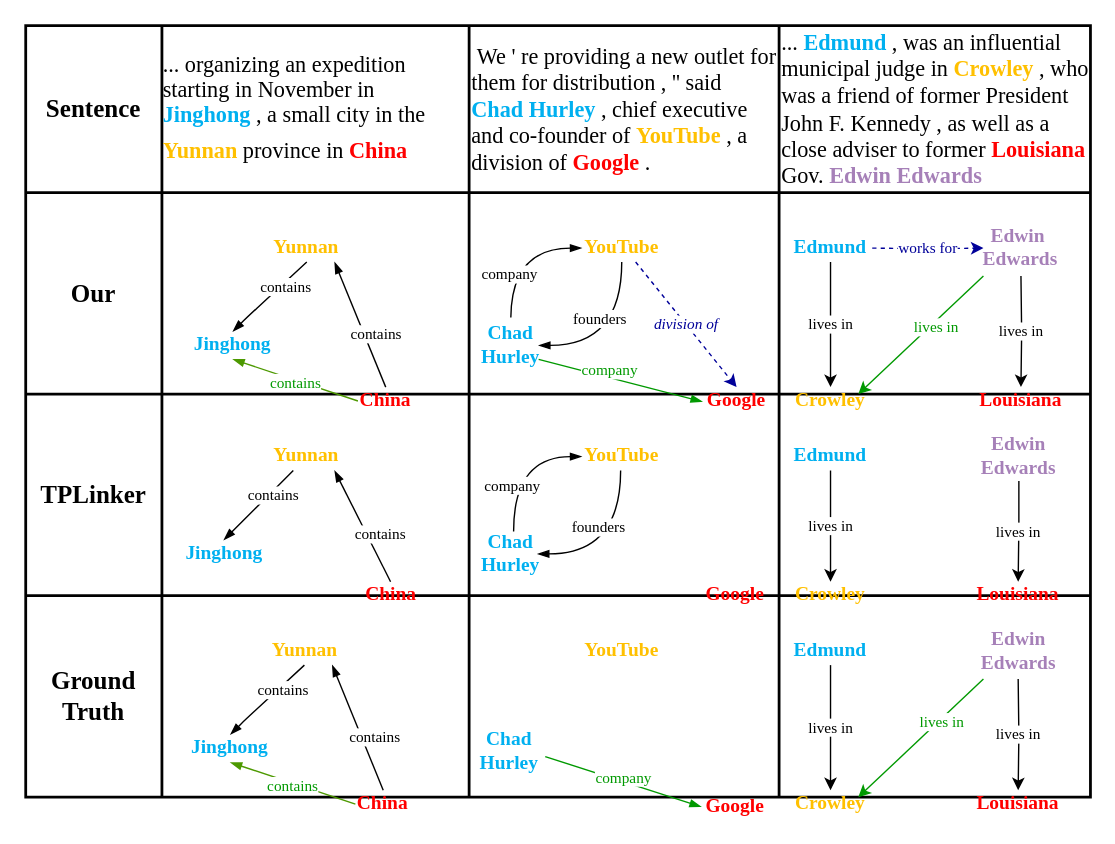
This is Untitled Diagram.drawio from zhangSchnee/gittest, a draw.io file, before an edit. Source tidied: cells renumbered, new cells numbered last; positions are measured from the earlier drawing's top-left corner, leaving out a move shared by most shapes. Both pictures are drawn from the tidied source at 139%, with x=0, y=0 at pixel (25, 25).
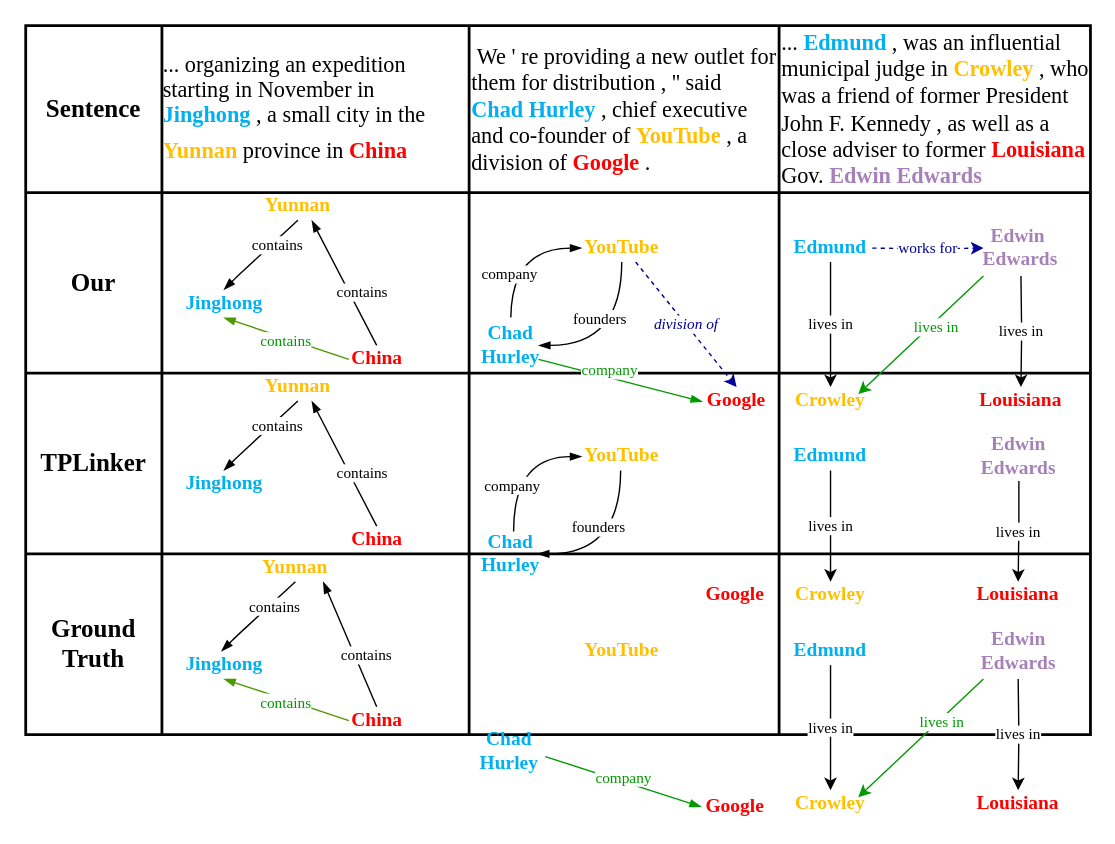
The same page after the edit.

The edit, as a diff of the source:
```diff
@@
     <mxCell id="2" style="shape=table;html=1;whiteSpace=wrap;startSize=0;childLayout=tableLayout;strokeWidth=2;perimeterSpacing=1;" parent="1" vertex="1">
-      <mxGeometry width="766" height="555" as="geometry" />
+      <mxGeometry width="766" height="510" as="geometry" />
     </mxCell>
@@
     <mxCell id="8" style="shape=partialRectangle;html=1;whiteSpace=wrap;fillColor=none;top=0;left=0;bottom=0;right=0;" parent="2" vertex="1">
-      <mxGeometry y="120" width="766" height="145" as="geometry" />
+      <mxGeometry y="120" width="766" height="130" as="geometry" />
     </mxCell>
     <mxCell id="9" value="&lt;b&gt;&lt;font face=&quot;Times New Roman&quot; style=&quot;font-size: 18px&quot;&gt;Our&lt;/font&gt;&lt;/b&gt;" style="shape=partialRectangle;html=1;whiteSpace=wrap;overflow=hidden;fillColor=none;top=0;left=0;bottom=0;right=0;" parent="8" vertex="1">
-      <mxGeometry width="98" height="145" as="geometry" />
+      <mxGeometry width="98" height="130" as="geometry" />
     </mxCell>
     <mxCell id="10" style="shape=partialRectangle;html=1;whiteSpace=wrap;overflow=hidden;fillColor=none;top=0;left=0;bottom=0;right=0;" parent="8" vertex="1">
-      <mxGeometry x="98" width="221" height="145" as="geometry" />
+      <mxGeometry x="98" width="221" height="130" as="geometry" />
     </mxCell>
     <mxCell id="11" style="shape=partialRectangle;html=1;whiteSpace=wrap;overflow=hidden;fillColor=none;top=0;left=0;bottom=0;right=0;" parent="8" vertex="1">
-      <mxGeometry x="319" width="223" height="145" as="geometry" />
+      <mxGeometry x="319" width="223" height="130" as="geometry" />
     </mxCell>
     <mxCell id="12" style="shape=partialRectangle;html=1;whiteSpace=wrap;overflow=hidden;fillColor=none;top=0;left=0;bottom=0;right=0;" parent="8" vertex="1">
-      <mxGeometry x="542" width="224" height="145" as="geometry" />
+      <mxGeometry x="542" width="224" height="130" as="geometry" />
     </mxCell>
     <mxCell id="13" style="shape=partialRectangle;html=1;whiteSpace=wrap;fillColor=none;top=0;left=0;bottom=0;right=0;" parent="2" vertex="1">
-      <mxGeometry y="265" width="766" height="145" as="geometry" />
+      <mxGeometry y="250" width="766" height="130" as="geometry" />
     </mxCell>
     <mxCell id="14" value="&lt;font style=&quot;font-size: 18px&quot; face=&quot;Times New Roman&quot;&gt;&lt;b&gt;TPLinker&lt;/b&gt;&lt;/font&gt;" style="shape=partialRectangle;html=1;whiteSpace=wrap;overflow=hidden;fillColor=none;top=0;left=0;bottom=0;right=0;" parent="13" vertex="1">
-      <mxGeometry width="98" height="145" as="geometry" />
+      <mxGeometry width="98" height="130" as="geometry" />
     </mxCell>
     <mxCell id="15" style="shape=partialRectangle;html=1;whiteSpace=wrap;overflow=hidden;fillColor=none;top=0;left=0;bottom=0;right=0;" parent="13" vertex="1">
-      <mxGeometry x="98" width="221" height="145" as="geometry" />
+      <mxGeometry x="98" width="221" height="130" as="geometry" />
     </mxCell>
     <mxCell id="16" style="shape=partialRectangle;html=1;whiteSpace=wrap;overflow=hidden;fillColor=none;top=0;left=0;bottom=0;right=0;" parent="13" vertex="1">
-      <mxGeometry x="319" width="223" height="145" as="geometry" />
+      <mxGeometry x="319" width="223" height="130" as="geometry" />
     </mxCell>
     <mxCell id="17" style="shape=partialRectangle;html=1;whiteSpace=wrap;overflow=hidden;fillColor=none;top=0;left=0;bottom=0;right=0;" parent="13" vertex="1">
-      <mxGeometry x="542" width="224" height="145" as="geometry" />
+      <mxGeometry x="542" width="224" height="130" as="geometry" />
     </mxCell>
     <mxCell id="18" style="shape=partialRectangle;html=1;whiteSpace=wrap;fillColor=none;top=0;left=0;bottom=0;right=0;" parent="2" vertex="1">
-      <mxGeometry y="410" width="766" height="145" as="geometry" />
+      <mxGeometry y="380" width="766" height="130" as="geometry" />
     </mxCell>
     <mxCell id="19" value="&lt;p&gt;&lt;font face=&quot;Times New Roman&quot; size=&quot;1&quot;&gt;&lt;b style=&quot;font-size: 18px&quot;&gt;Ground Truth&lt;/b&gt;&lt;/font&gt;&lt;/p&gt;" style="shape=partialRectangle;html=1;whiteSpace=wrap;overflow=hidden;fillColor=none;top=0;left=0;bottom=0;right=0;" parent="18" vertex="1">
-      <mxGeometry width="98" height="145" as="geometry" />
+      <mxGeometry width="98" height="130" as="geometry" />
     </mxCell>
     <mxCell id="20" style="shape=partialRectangle;html=1;whiteSpace=wrap;overflow=hidden;fillColor=none;top=0;left=0;bottom=0;right=0;" parent="18" vertex="1">
-      <mxGeometry x="98" width="221" height="145" as="geometry" />
+      <mxGeometry x="98" width="221" height="130" as="geometry" />
     </mxCell>
     <mxCell id="21" style="shape=partialRectangle;html=1;whiteSpace=wrap;overflow=hidden;fillColor=none;top=0;left=0;bottom=0;right=0;" parent="18" vertex="1">
-      <mxGeometry x="319" width="223" height="145" as="geometry" />
+      <mxGeometry x="319" width="223" height="130" as="geometry" />
     </mxCell>
     <mxCell id="22" style="shape=partialRectangle;html=1;whiteSpace=wrap;overflow=hidden;fillColor=none;top=0;left=0;bottom=0;right=0;" parent="18" vertex="1">
-      <mxGeometry x="542" width="224" height="145" as="geometry" />
+      <mxGeometry x="542" width="224" height="130" as="geometry" />
     </mxCell>
     <mxCell id="23" value="&lt;span style=&quot;color: rgb(0 , 176 , 240) ; font-family: &amp;#34;times new roman&amp;#34; ; font-weight: 700 ; text-align: left&quot;&gt;&lt;font style=&quot;font-size: 14px&quot;&gt;Jinghong&lt;/font&gt;&lt;/span&gt;" style="text;html=1;strokeColor=none;fillColor=none;align=center;verticalAlign=middle;whiteSpace=wrap;rounded=0;" parent="1" vertex="1">
-      <mxGeometry x="129" y="220" width="40" height="20" as="geometry" />
+      <mxGeometry x="122.5" y="190" width="40" height="20" as="geometry" />
     </mxCell>
     <mxCell id="24" style="endArrow=none;html=1;startArrow=blockThin;startFill=1;endFill=0;entryX=0.5;entryY=1;entryDx=0;entryDy=0;" parent="1" edge="1" target="26">
       <mxGeometry relative="1" as="geometry">
-        <mxPoint x="149" y="220" as="sourcePoint" />
+        <mxPoint x="142.5" y="190" as="sourcePoint" />
         <Array as="points">
-          <mxPoint x="159" y="210" />
+          <mxPoint x="152.5" y="180" />
         </Array>
       </mxGeometry>
     </mxCell>
@@
     <mxCell id="26" value="&lt;span style=&quot;color: rgb(255 , 192 , 0) ; font-family: &amp;#34;times new roman&amp;#34; ; font-size: 14px ; font-weight: 700 ; text-align: left&quot;&gt;Yunnan&lt;/span&gt;" style="text;html=1;strokeColor=none;fillColor=none;align=center;verticalAlign=middle;whiteSpace=wrap;rounded=0;" parent="1" vertex="1">
-      <mxGeometry x="182.2" y="150" width="40" height="20" as="geometry" />
+      <mxGeometry x="175.8" y="120" width="40" height="20" as="geometry" />
     </mxCell>
-    <mxCell id="27" style="endArrow=none;html=1;startArrow=blockThin;startFill=1;endFill=0;rounded=1;exitX=1;exitY=1;exitDx=0;exitDy=0;entryX=0.5;entryY=0;entryDx=0;entryDy=0;" parent="1" edge="1" source="26" target="29">
+    <mxCell id="27" style="endArrow=none;html=1;startArrow=blockThin;startFill=1;endFill=0;rounded=1;exitX=0.75;exitY=1;exitDx=0;exitDy=0;entryX=0.5;entryY=0;entryDx=0;entryDy=0;" parent="1" edge="1" source="26" target="29">
       <mxGeometry relative="1" as="geometry" />
     </mxCell>
@@
     <mxCell id="29" value="&lt;span style=&quot;color: rgb(255 , 0 , 0) ; font-family: &amp;#34;times new roman&amp;#34; ; font-weight: 700 ; text-align: left&quot;&gt;&lt;font style=&quot;font-size: 14px&quot;&gt;China&lt;/font&gt;&lt;/span&gt;" style="text;html=1;strokeColor=none;fillColor=none;align=center;verticalAlign=middle;whiteSpace=wrap;rounded=0;" parent="1" vertex="1">
-      <mxGeometry x="239" y="260" width="40" height="20" as="geometry" />
+      <mxGeometry x="232.5" y="230" width="40" height="20" as="geometry" />
     </mxCell>
@@
-    <mxCell id="48" value="&lt;span style=&quot;color: rgb(0 , 176 , 240) ; font-family: &amp;#34;times new roman&amp;#34; ; font-weight: 700 ; text-align: left&quot;&gt;&lt;font style=&quot;font-size: 14px&quot;&gt;Jinghong&lt;/font&gt;&lt;/span&gt;" style="text;html=1;strokeColor=none;fillColor=none;align=center;verticalAlign=middle;whiteSpace=wrap;rounded=0;" parent="1" vertex="1">
-      <mxGeometry x="122.5" y="370" width="40" height="20" as="geometry" />
-    </mxCell>
-    <mxCell id="49" style="endArrow=none;html=1;startArrow=blockThin;startFill=1;endFill=0;" parent="1" edge="1">
-      <mxGeometry relative="1" as="geometry">
-        <mxPoint x="142.5" y="370" as="sourcePoint" />
-        <mxPoint x="192.5" y="320" as="targetPoint" />
-        <Array as="points">
-          <mxPoint x="162.5" y="350" />
-        </Array>
-      </mxGeometry>
-    </mxCell>
-    <mxCell id="50" value="&lt;font face=&quot;Times New Roman&quot;&gt;contains&lt;/font&gt;" style="edgeLabel;html=1;align=center;verticalAlign=middle;" parent="49" vertex="1">
-      <mxGeometry x="0.37" y="-2" relative="1" as="geometry" />
-    </mxCell>
-    <mxCell id="51" value="&lt;span style=&quot;color: rgb(255 , 192 , 0) ; font-family: &amp;#34;times new roman&amp;#34; ; font-size: 14px ; font-weight: 700 ; text-align: left&quot;&gt;Yunnan&lt;/span&gt;" style="text;html=1;strokeColor=none;fillColor=none;align=center;verticalAlign=middle;whiteSpace=wrap;rounded=0;" parent="1" vertex="1">
-      <mxGeometry x="182.2" y="300" width="40" height="20" as="geometry" />
-    </mxCell>
-    <mxCell id="52" style="endArrow=none;html=1;startArrow=blockThin;startFill=1;endFill=0;rounded=1;exitX=1;exitY=1;exitDx=0;exitDy=0;entryX=0.5;entryY=0;entryDx=0;entryDy=0;" parent="1" edge="1" source="51" target="54">
-      <mxGeometry relative="1" as="geometry" />
-    </mxCell>
-    <mxCell id="53" value="&lt;font face=&quot;Times New Roman&quot;&gt;contains&lt;/font&gt;" style="edgeLabel;html=1;align=center;verticalAlign=middle;" parent="52" vertex="1">
-      <mxGeometry x="0.22" y="8" relative="1" as="geometry" />
-    </mxCell>
-    <mxCell id="54" value="&lt;span style=&quot;color: rgb(255 , 0 , 0) ; font-family: &amp;#34;times new roman&amp;#34; ; font-weight: 700 ; text-align: left&quot;&gt;&lt;font style=&quot;font-size: 14px&quot;&gt;China&lt;/font&gt;&lt;/span&gt;" style="text;html=1;strokeColor=none;fillColor=none;align=center;verticalAlign=middle;whiteSpace=wrap;rounded=0;" parent="1" vertex="1">
-      <mxGeometry x="242.5" y="400" width="40" height="20" as="geometry" />
-    </mxCell>
@@
-    <mxCell id="58" value="&lt;span style=&quot;color: rgb(0 , 176 , 240) ; font-family: &amp;#34;times new roman&amp;#34; ; font-weight: 700 ; text-align: left&quot;&gt;&lt;font style=&quot;font-size: 14px&quot;&gt;Jinghong&lt;/font&gt;&lt;/span&gt;" style="text;html=1;strokeColor=none;fillColor=none;align=center;verticalAlign=middle;whiteSpace=wrap;rounded=0;" parent="1" vertex="1">
-      <mxGeometry x="127.2" y="510" width="40" height="20" as="geometry" />
-    </mxCell>
-    <mxCell id="59" style="endArrow=none;html=1;startArrow=blockThin;startFill=1;endFill=0;entryX=0.5;entryY=1;entryDx=0;entryDy=0;" parent="1" edge="1" target="61">
-      <mxGeometry relative="1" as="geometry">
-        <mxPoint x="147.2" y="510" as="sourcePoint" />
-        <Array as="points">
-          <mxPoint x="157.2" y="500" />
-        </Array>
-      </mxGeometry>
-    </mxCell>
-    <mxCell id="60" value="&lt;font face=&quot;Times New Roman&quot;&gt;contains&lt;/font&gt;" style="edgeLabel;html=1;align=center;verticalAlign=middle;" parent="59" vertex="1">
-      <mxGeometry x="0.37" y="-2" relative="1" as="geometry" />
-    </mxCell>
-    <mxCell id="61" value="&lt;span style=&quot;color: rgb(255 , 192 , 0) ; font-family: &amp;#34;times new roman&amp;#34; ; font-size: 14px ; font-weight: 700 ; text-align: left&quot;&gt;Yunnan&lt;/span&gt;" style="text;html=1;strokeColor=none;fillColor=none;align=center;verticalAlign=middle;whiteSpace=wrap;rounded=0;" parent="1" vertex="1">
-      <mxGeometry x="180.5" y="440" width="40" height="20" as="geometry" />
-    </mxCell>
-    <mxCell id="62" style="endArrow=none;html=1;startArrow=blockThin;startFill=1;endFill=0;rounded=1;exitX=1;exitY=1;exitDx=0;exitDy=0;entryX=0.5;entryY=0;entryDx=0;entryDy=0;" parent="1" edge="1" source="61" target="64">
-      <mxGeometry relative="1" as="geometry" />
-    </mxCell>
-    <mxCell id="63" value="&lt;font face=&quot;Times New Roman&quot;&gt;contains&lt;/font&gt;" style="edgeLabel;html=1;align=center;verticalAlign=middle;" parent="62" vertex="1">
-      <mxGeometry x="0.22" y="8" relative="1" as="geometry" />
-    </mxCell>
-    <mxCell id="64" value="&lt;span style=&quot;color: rgb(255 , 0 , 0) ; font-family: &amp;#34;times new roman&amp;#34; ; font-weight: 700 ; text-align: left&quot;&gt;&lt;font style=&quot;font-size: 14px&quot;&gt;China&lt;/font&gt;&lt;/span&gt;" style="text;html=1;strokeColor=none;fillColor=none;align=center;verticalAlign=middle;whiteSpace=wrap;rounded=0;" parent="1" vertex="1">
-      <mxGeometry x="237.2" y="550" width="40" height="20" as="geometry" />
-    </mxCell>
-    <mxCell id="65" style="endArrow=none;html=1;startArrow=blockThin;startFill=1;endFill=0;rounded=1;strokeColor=#4D9900;entryX=0;entryY=0.5;entryDx=0;entryDy=0;exitX=0.5;exitY=1;exitDx=0;exitDy=0;" parent="1" edge="1" source="58" target="64">
-      <mxGeometry relative="1" as="geometry" />
-    </mxCell>
-    <mxCell id="66" value="&lt;font color=&quot;#009900&quot; face=&quot;Times New Roman&quot;&gt;contains&lt;/font&gt;" style="edgeLabel;html=1;align=center;verticalAlign=middle;" parent="65" vertex="1">
-      <mxGeometry x="0.37" y="-2" relative="1" as="geometry">
-        <mxPoint x="-16.7" y="-5.7" as="offset" />
-      </mxGeometry>
-    </mxCell>
@@
+    <mxCell id="93" value="&lt;span style=&quot;color: rgb(0 , 176 , 240) ; font-family: &amp;#34;times new roman&amp;#34; ; font-weight: 700 ; text-align: left&quot;&gt;&lt;font style=&quot;font-size: 14px&quot;&gt;Jinghong&lt;/font&gt;&lt;/span&gt;" style="text;html=1;strokeColor=none;fillColor=none;align=center;verticalAlign=middle;whiteSpace=wrap;rounded=0;" parent="1" vertex="1">
+      <mxGeometry x="122.5" y="320" width="40" height="20" as="geometry" />
+    </mxCell>
+    <mxCell id="94" style="endArrow=none;html=1;startArrow=blockThin;startFill=1;endFill=0;entryX=0.5;entryY=1;entryDx=0;entryDy=0;" parent="1" edge="1" target="96">
+      <mxGeometry relative="1" as="geometry">
+        <mxPoint x="142.5" y="320" as="sourcePoint" />
+        <Array as="points">
+          <mxPoint x="152.5" y="310" />
+        </Array>
+      </mxGeometry>
+    </mxCell>
+    <mxCell id="95" value="&lt;font face=&quot;Times New Roman&quot;&gt;contains&lt;/font&gt;" style="edgeLabel;html=1;align=center;verticalAlign=middle;" parent="94" vertex="1">
+      <mxGeometry x="0.37" y="-2" relative="1" as="geometry" />
+    </mxCell>
+    <mxCell id="96" value="&lt;span style=&quot;color: rgb(255 , 192 , 0) ; font-family: &amp;#34;times new roman&amp;#34; ; font-size: 14px ; font-weight: 700 ; text-align: left&quot;&gt;Yunnan&lt;/span&gt;" style="text;html=1;strokeColor=none;fillColor=none;align=center;verticalAlign=middle;whiteSpace=wrap;rounded=0;" parent="1" vertex="1">
+      <mxGeometry x="175.8" y="250" width="40" height="20" as="geometry" />
+    </mxCell>
+    <mxCell id="97" style="endArrow=none;html=1;startArrow=blockThin;startFill=1;endFill=0;rounded=1;exitX=0.75;exitY=1;exitDx=0;exitDy=0;entryX=0.5;entryY=0;entryDx=0;entryDy=0;" parent="1" edge="1" source="96">
+      <mxGeometry relative="1" as="geometry">
+        <mxPoint x="252.5" y="360" as="targetPoint" />
+      </mxGeometry>
+    </mxCell>
+    <mxCell id="98" value="&lt;font face=&quot;Times New Roman&quot;&gt;contains&lt;/font&gt;" style="edgeLabel;html=1;align=center;verticalAlign=middle;" parent="97" vertex="1">
+      <mxGeometry x="0.22" y="8" relative="1" as="geometry" />
+    </mxCell>
+    <mxCell id="99" value="&lt;span style=&quot;color: rgb(255 , 0 , 0) ; font-family: &amp;#34;times new roman&amp;#34; ; font-weight: 700 ; text-align: left&quot;&gt;&lt;font style=&quot;font-size: 14px&quot;&gt;China&lt;/font&gt;&lt;/span&gt;" style="text;html=1;strokeColor=none;fillColor=none;align=center;verticalAlign=middle;whiteSpace=wrap;rounded=0;" parent="1" vertex="1">
+      <mxGeometry x="232.5" y="360" width="40" height="20" as="geometry" />
+    </mxCell>
+    <mxCell id="100" value="&lt;span style=&quot;color: rgb(0 , 176 , 240) ; font-family: &amp;#34;times new roman&amp;#34; ; font-weight: 700 ; text-align: left&quot;&gt;&lt;font style=&quot;font-size: 14px&quot;&gt;Jinghong&lt;/font&gt;&lt;/span&gt;" style="text;html=1;strokeColor=none;fillColor=none;align=center;verticalAlign=middle;whiteSpace=wrap;rounded=0;" parent="1" vertex="1">
+      <mxGeometry x="122.5" y="450" width="40" height="20" as="geometry" />
+    </mxCell>
+    <mxCell id="101" style="endArrow=none;html=1;startArrow=blockThin;startFill=1;endFill=0;entryX=0.5;entryY=1;entryDx=0;entryDy=0;" parent="1" edge="1" target="103">
+      <mxGeometry relative="1" as="geometry">
+        <mxPoint x="140.8" y="450" as="sourcePoint" />
+        <Array as="points">
+          <mxPoint x="150.8" y="440" />
+        </Array>
+      </mxGeometry>
+    </mxCell>
+    <mxCell id="102" value="&lt;font face=&quot;Times New Roman&quot;&gt;contains&lt;/font&gt;" style="edgeLabel;html=1;align=center;verticalAlign=middle;" parent="101" vertex="1">
+      <mxGeometry x="0.37" y="-2" relative="1" as="geometry" />
+    </mxCell>
+    <mxCell id="103" value="&lt;span style=&quot;color: rgb(255 , 192 , 0) ; font-family: &amp;#34;times new roman&amp;#34; ; font-size: 14px ; font-weight: 700 ; text-align: left&quot;&gt;Yunnan&lt;/span&gt;" style="text;html=1;strokeColor=none;fillColor=none;align=center;verticalAlign=middle;whiteSpace=wrap;rounded=0;" parent="1" vertex="1">
+      <mxGeometry x="174" y="380" width="40" height="20" as="geometry" />
+    </mxCell>
+    <mxCell id="104" style="endArrow=none;html=1;startArrow=blockThin;startFill=1;endFill=0;rounded=1;exitX=1;exitY=1;exitDx=0;exitDy=0;entryX=0.5;entryY=0;entryDx=0;entryDy=0;" parent="1" edge="1" source="103" target="106">
+      <mxGeometry relative="1" as="geometry" />
+    </mxCell>
+    <mxCell id="105" value="&lt;font face=&quot;Times New Roman&quot;&gt;contains&lt;/font&gt;" style="edgeLabel;html=1;align=center;verticalAlign=middle;" parent="104" vertex="1">
+      <mxGeometry x="0.22" y="8" relative="1" as="geometry" />
+    </mxCell>
+    <mxCell id="106" value="&lt;span style=&quot;color: rgb(255 , 0 , 0) ; font-family: &amp;#34;times new roman&amp;#34; ; font-weight: 700 ; text-align: left&quot;&gt;&lt;font style=&quot;font-size: 14px&quot;&gt;China&lt;/font&gt;&lt;/span&gt;" style="text;html=1;strokeColor=none;fillColor=none;align=center;verticalAlign=middle;whiteSpace=wrap;rounded=0;" parent="1" vertex="1">
+      <mxGeometry x="232.5" y="490" width="40" height="20" as="geometry" />
+    </mxCell>
+    <mxCell id="107" style="endArrow=none;html=1;startArrow=blockThin;startFill=1;endFill=0;rounded=1;strokeColor=#4D9900;entryX=0;entryY=0.5;entryDx=0;entryDy=0;exitX=0.5;exitY=1;exitDx=0;exitDy=0;" parent="1" edge="1" source="100" target="106">
+      <mxGeometry relative="1" as="geometry" />
+    </mxCell>
+    <mxCell id="66" value="&lt;font color=&quot;#009900&quot; face=&quot;Times New Roman&quot;&gt;contains&lt;/font&gt;" style="edgeLabel;html=1;align=center;verticalAlign=middle;" parent="107" vertex="1">
+      <mxGeometry x="0.37" y="-2" relative="1" as="geometry">
+        <mxPoint x="-16.7" y="-5.7" as="offset" />
+      </mxGeometry>
+    </mxCell>
```
